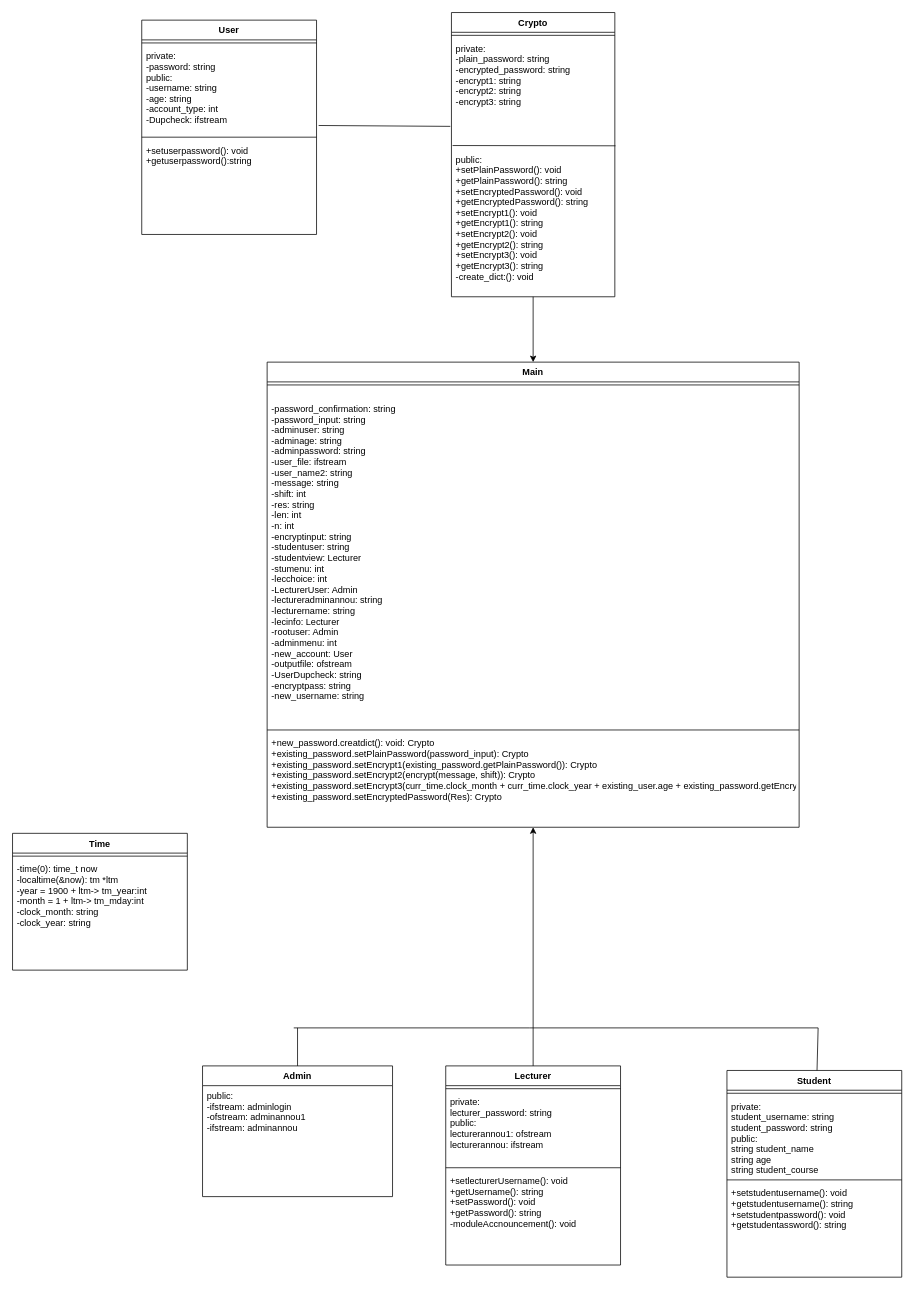
This is UML Design (MG)/SecureProgUML(30014095).drawio from mgreen01/Secure-Programming-Project, a draw.io file, before an edit. Source tidied: cells renumbered, new cells numbered last; positions are measured from the earlier drawing's top-left corner, leaving out a move shared by most shapes. Both pictures are drawn from the tidied source at 76%, with x=0, y=0 at pixel (12, 12).
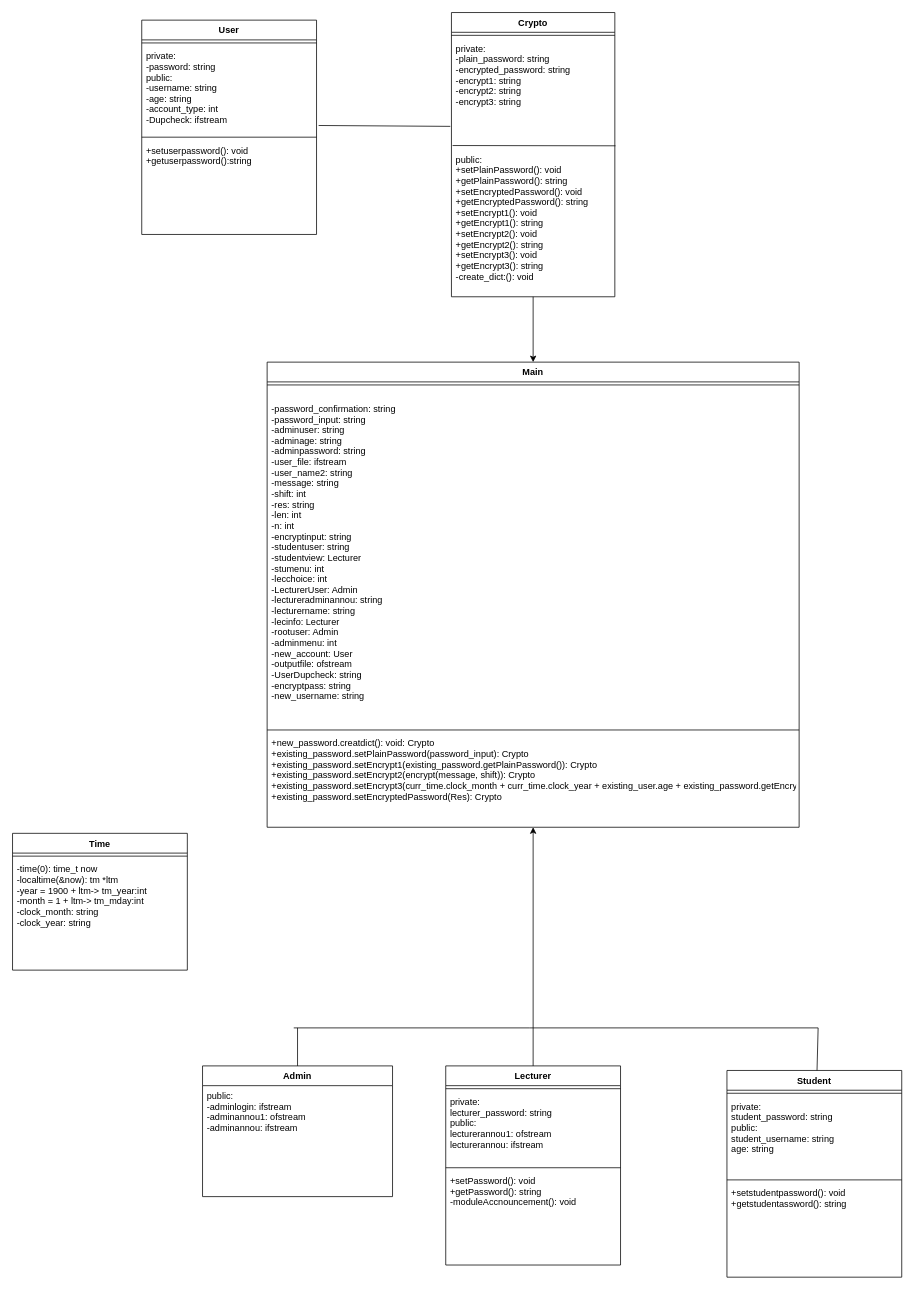
The same diagram, later.

The change refers to these unchanged cells:
```xml
<mxCell id="7" value="Student" style="swimlane;fontStyle=1;align=center;verticalAlign=top;horizontal=1;startSize=26;" parent="1" vertex="1">
  <mxGeometry x="940" y="1392" width="230" height="272" as="geometry" />
</mxCell>
<mxCell id="12" value="Lecturer" style="swimlane;fontStyle=1;align=center;verticalAlign=top;horizontal=1;startSize=26;" parent="1" vertex="1">
  <mxGeometry x="570" y="1386" width="230" height="262" as="geometry" />
</mxCell>
<mxCell id="17" value="Admin" style="swimlane;fontStyle=1;align=center;verticalAlign=top;horizontal=1;startSize=26;" parent="1" vertex="1">
  <mxGeometry x="250" y="1386" width="250" height="172" as="geometry" />
</mxCell>
```

Diff of the diagram source:
```diff
@@
-    <mxCell id="9" value="private:&#10;student_username: string&#10;student_password: string&#10;public:&#10;string student_name&#10;string age&#10;string student_course&#10;&#10;" style="text;strokeColor=none;fillColor=none;align=left;verticalAlign=top;spacingLeft=4;spacingRight=4;overflow=hidden;" parent="7" vertex="1">
+    <mxCell id="9" value="private:&#10;student_password: string&#10;public:&#10;student_username: string&#10;age: string &#10;&#10;&#10;" style="text;strokeColor=none;fillColor=none;align=left;verticalAlign=top;spacingLeft=4;spacingRight=4;overflow=hidden;" parent="7" vertex="1">
       <mxGeometry y="34" width="230" height="106" as="geometry" />
     </mxCell>
@@
-    <mxCell id="11" value="+setstudentusername(): void&#10;+getstudentusername(): string&#10;+setstudentpassword(): void&#10;+getstudentassword(): string&#10;&#10;&#10;" style="text;strokeColor=none;fillColor=none;align=left;verticalAlign=top;spacingLeft=4;spacingRight=4;overflow=hidden;" parent="7" vertex="1">
+    <mxCell id="11" value="+setstudentpassword(): void&#10;+getstudentassword(): string&#10;&#10;&#10;" style="text;strokeColor=none;fillColor=none;align=left;verticalAlign=top;spacingLeft=4;spacingRight=4;overflow=hidden;" parent="7" vertex="1">
       <mxGeometry y="148" width="230" height="124" as="geometry" />
     </mxCell>
@@
-    <mxCell id="16" value="+setlecturerUsername(): void&#10;+getUsername(): string&#10;+setPassword(): void&#10;+getPassword(): string&#10;-moduleAccnouncement(): void&#10;" style="text;strokeColor=none;fillColor=none;align=left;verticalAlign=top;spacingLeft=4;spacingRight=4;overflow=hidden;" parent="12" vertex="1">
+    <mxCell id="16" value="+setPassword(): void&#10;+getPassword(): string&#10;-moduleAccnouncement(): void&#10;" style="text;strokeColor=none;fillColor=none;align=left;verticalAlign=top;spacingLeft=4;spacingRight=4;overflow=hidden;" parent="12" vertex="1">
       <mxGeometry y="138" width="230" height="124" as="geometry" />
     </mxCell>
@@
-    <mxCell id="18" value="public:&#10;-ifstream: adminlogin&#10;-ofstream: adminannou1&#10;-ifstream: adminannou&#10;" style="text;strokeColor=none;fillColor=none;align=left;verticalAlign=top;spacingLeft=4;spacingRight=4;overflow=hidden;" parent="17" vertex="1">
+    <mxCell id="18" value="public:&#10;-adminlogin: ifstream&#10;-adminannou1: ofstream &#10;-adminannou: ifstream&#10;" style="text;strokeColor=none;fillColor=none;align=left;verticalAlign=top;spacingLeft=4;spacingRight=4;overflow=hidden;" parent="17" vertex="1">
       <mxGeometry y="26" width="250" height="146" as="geometry" />
     </mxCell>
```
